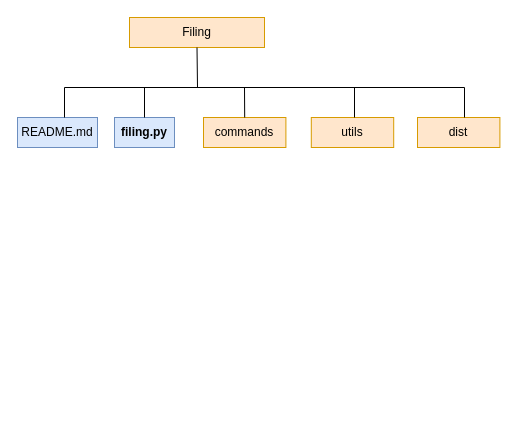
Above: pp_technology.drawio in sherif102/Charts_and_diagrams (draw.io), before the change. Source tidied: cells renumbered, new cells numbered last; positions are measured from the earlier drawing's top-left corner, leaving out a move shared by most shapes. Both pictures are drawn from the tidied source at 100%, with x=0, y=0 at pixel (17, 17).
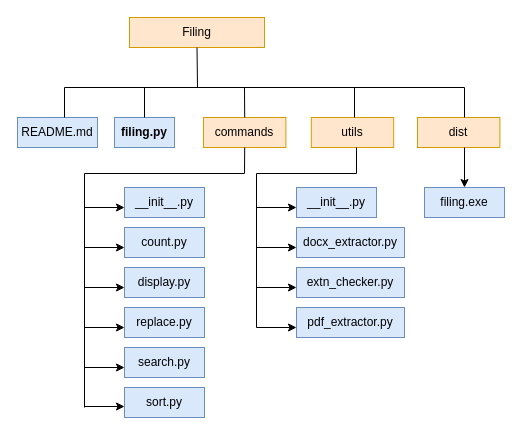
The same page after the edit.

The change refers to these unchanged cells:
```xml
<mxCell id="4" value="commands" style="rounded=0;whiteSpace=wrap;html=1;fillColor=#ffe6cc;strokeColor=#d79b00;" parent="3" vertex="1">
  <mxGeometry x="-1" width="82.4" height="30" as="geometry" />
</mxCell>
```

The edit, as a diff of the source:
```diff
@@
+    <mxCell id="16" value="__init__.py" style="text;html=1;align=center;verticalAlign=middle;whiteSpace=wrap;rounded=0;fillColor=#dae8fc;strokeColor=#6c8ebf;" parent="1" vertex="1">
+      <mxGeometry x="107" y="170" width="80" height="30" as="geometry" />
+    </mxCell>
+    <mxCell id="17" value="count.py" style="text;html=1;align=center;verticalAlign=middle;whiteSpace=wrap;rounded=0;fillColor=#dae8fc;strokeColor=#6c8ebf;" parent="1" vertex="1">
+      <mxGeometry x="107" y="210" width="80" height="30" as="geometry" />
+    </mxCell>
+    <mxCell id="18" value="display.py" style="text;html=1;align=center;verticalAlign=middle;whiteSpace=wrap;rounded=0;fillColor=#dae8fc;strokeColor=#6c8ebf;" parent="1" vertex="1">
+      <mxGeometry x="107" y="250" width="80" height="30" as="geometry" />
+    </mxCell>
+    <mxCell id="19" value="replace.py" style="text;html=1;align=center;verticalAlign=middle;whiteSpace=wrap;rounded=0;fillColor=#dae8fc;strokeColor=#6c8ebf;" parent="1" vertex="1">
+      <mxGeometry x="107" y="290" width="80" height="30" as="geometry" />
+    </mxCell>
+    <mxCell id="20" value="search.py" style="text;html=1;align=center;verticalAlign=middle;whiteSpace=wrap;rounded=0;fillColor=#dae8fc;strokeColor=#6c8ebf;" parent="1" vertex="1">
+      <mxGeometry x="107" y="330" width="80" height="30" as="geometry" />
+    </mxCell>
+    <mxCell id="21" value="sort.py" style="text;html=1;align=center;verticalAlign=middle;whiteSpace=wrap;rounded=0;fillColor=#dae8fc;strokeColor=#6c8ebf;" parent="1" vertex="1">
+      <mxGeometry x="107" y="370" width="80" height="30" as="geometry" />
+    </mxCell>
+    <mxCell id="22" value="__init__.py" style="text;html=1;align=center;verticalAlign=middle;whiteSpace=wrap;rounded=0;fillColor=#dae8fc;strokeColor=#6c8ebf;" parent="1" vertex="1">
+      <mxGeometry x="279" y="170" width="80" height="30" as="geometry" />
+    </mxCell>
+    <mxCell id="23" value="docx_extractor.py" style="text;html=1;align=center;verticalAlign=middle;whiteSpace=wrap;rounded=0;fillColor=#dae8fc;strokeColor=#6c8ebf;" parent="1" vertex="1">
+      <mxGeometry x="279" y="210" width="108" height="30" as="geometry" />
+    </mxCell>
+    <mxCell id="24" value="extn_checker.py" style="text;html=1;align=center;verticalAlign=middle;whiteSpace=wrap;rounded=0;fillColor=#dae8fc;strokeColor=#6c8ebf;" parent="1" vertex="1">
+      <mxGeometry x="279" y="250" width="108" height="30" as="geometry" />
+    </mxCell>
+    <mxCell id="25" value="pdf_extractor.py" style="text;html=1;align=center;verticalAlign=middle;whiteSpace=wrap;rounded=0;fillColor=#dae8fc;strokeColor=#6c8ebf;" parent="1" vertex="1">
+      <mxGeometry x="279" y="290" width="108" height="30" as="geometry" />
+    </mxCell>
+    <mxCell id="26" value="filing.exe" style="text;html=1;align=center;verticalAlign=middle;whiteSpace=wrap;rounded=0;fillColor=#dae8fc;strokeColor=#6c8ebf;" parent="1" vertex="1">
+      <mxGeometry x="407" y="170" width="80" height="30" as="geometry" />
+    </mxCell>
+    <mxCell id="27" style="endArrow=none;html=1;rounded=0;entryX=0.5;entryY=1;entryDx=0;entryDy=0;" parent="1" edge="1" target="4">
+      <mxGeometry relative="1" as="geometry">
+        <mxPoint x="67" y="390" as="sourcePoint" />
+        <Array as="points">
+          <mxPoint x="67" y="156" />
+          <mxPoint x="227" y="156" />
+        </Array>
+      </mxGeometry>
+    </mxCell>
+    <mxCell id="28" style="endArrow=classic;html=1;rounded=0;entryX=0;entryY=0.5;entryDx=0;entryDy=0;" parent="1" edge="1">
+      <mxGeometry relative="1" as="geometry">
+        <mxPoint x="67" y="389" as="sourcePoint" />
+        <mxPoint x="107" y="389" as="targetPoint" />
+      </mxGeometry>
+    </mxCell>
+    <mxCell id="29" style="endArrow=classic;html=1;rounded=0;entryX=0;entryY=0.5;entryDx=0;entryDy=0;" parent="1" edge="1">
+      <mxGeometry relative="1" as="geometry">
+        <mxPoint x="67" y="350" as="sourcePoint" />
+        <mxPoint x="107" y="350" as="targetPoint" />
+      </mxGeometry>
+    </mxCell>
+    <mxCell id="30" style="endArrow=classic;html=1;rounded=0;entryX=0;entryY=0.5;entryDx=0;entryDy=0;" parent="1" edge="1">
+      <mxGeometry relative="1" as="geometry">
+        <mxPoint x="67" y="310" as="sourcePoint" />
+        <mxPoint x="107" y="310" as="targetPoint" />
+      </mxGeometry>
+    </mxCell>
+    <mxCell id="31" style="endArrow=classic;html=1;rounded=0;entryX=0;entryY=0.5;entryDx=0;entryDy=0;" parent="1" edge="1">
+      <mxGeometry relative="1" as="geometry">
+        <mxPoint x="67" y="270" as="sourcePoint" />
+        <mxPoint x="107" y="270" as="targetPoint" />
+      </mxGeometry>
+    </mxCell>
+    <mxCell id="32" style="endArrow=classic;html=1;rounded=0;entryX=0;entryY=0.5;entryDx=0;entryDy=0;" parent="1" edge="1">
+      <mxGeometry relative="1" as="geometry">
+        <mxPoint x="67" y="230" as="sourcePoint" />
+        <mxPoint x="107" y="230" as="targetPoint" />
+      </mxGeometry>
+    </mxCell>
+    <mxCell id="33" style="endArrow=classic;html=1;rounded=0;entryX=0;entryY=0.5;entryDx=0;entryDy=0;" parent="1" edge="1">
+      <mxGeometry relative="1" as="geometry">
+        <mxPoint x="67" y="190" as="sourcePoint" />
+        <mxPoint x="107" y="190" as="targetPoint" />
+      </mxGeometry>
+    </mxCell>
+    <mxCell id="34" style="endArrow=classic;html=1;rounded=0;entryX=0;entryY=0.5;entryDx=0;entryDy=0;" parent="1" edge="1">
+      <mxGeometry relative="1" as="geometry">
+        <mxPoint x="239" y="310" as="sourcePoint" />
+        <mxPoint x="279" y="310" as="targetPoint" />
+      </mxGeometry>
+    </mxCell>
+    <mxCell id="35" style="endArrow=classic;html=1;rounded=0;entryX=0;entryY=0.5;entryDx=0;entryDy=0;" parent="1" edge="1">
+      <mxGeometry relative="1" as="geometry">
+        <mxPoint x="239" y="270" as="sourcePoint" />
+        <mxPoint x="279" y="270" as="targetPoint" />
+      </mxGeometry>
+    </mxCell>
+    <mxCell id="36" style="endArrow=classic;html=1;rounded=0;entryX=0;entryY=0.5;entryDx=0;entryDy=0;" parent="1" edge="1">
+      <mxGeometry relative="1" as="geometry">
+        <mxPoint x="239" y="230" as="sourcePoint" />
+        <mxPoint x="279" y="230" as="targetPoint" />
+      </mxGeometry>
+    </mxCell>
+    <mxCell id="37" style="endArrow=classic;html=1;rounded=0;entryX=0;entryY=0.5;entryDx=0;entryDy=0;" parent="1" edge="1">
+      <mxGeometry relative="1" as="geometry">
+        <mxPoint x="239" y="190" as="sourcePoint" />
+        <mxPoint x="279" y="190" as="targetPoint" />
+      </mxGeometry>
+    </mxCell>
+    <mxCell id="38" style="endArrow=none;html=1;rounded=0;entryX=0.5;entryY=1;entryDx=0;entryDy=0;" parent="1" edge="1">
+      <mxGeometry relative="1" as="geometry">
+        <mxPoint x="239" y="310" as="sourcePoint" />
+        <mxPoint x="339" y="130" as="targetPoint" />
+        <Array as="points">
+          <mxPoint x="239" y="156" />
+          <mxPoint x="339" y="156" />
+        </Array>
+      </mxGeometry>
+    </mxCell>
+    <mxCell id="39" style="endArrow=classic;html=1;rounded=0;entryX=0.5;entryY=0;entryDx=0;entryDy=0;" parent="1" edge="1" target="26">
+      <mxGeometry relative="1" as="geometry">
+        <mxPoint x="447" y="130" as="sourcePoint" />
+      </mxGeometry>
+    </mxCell>
```
